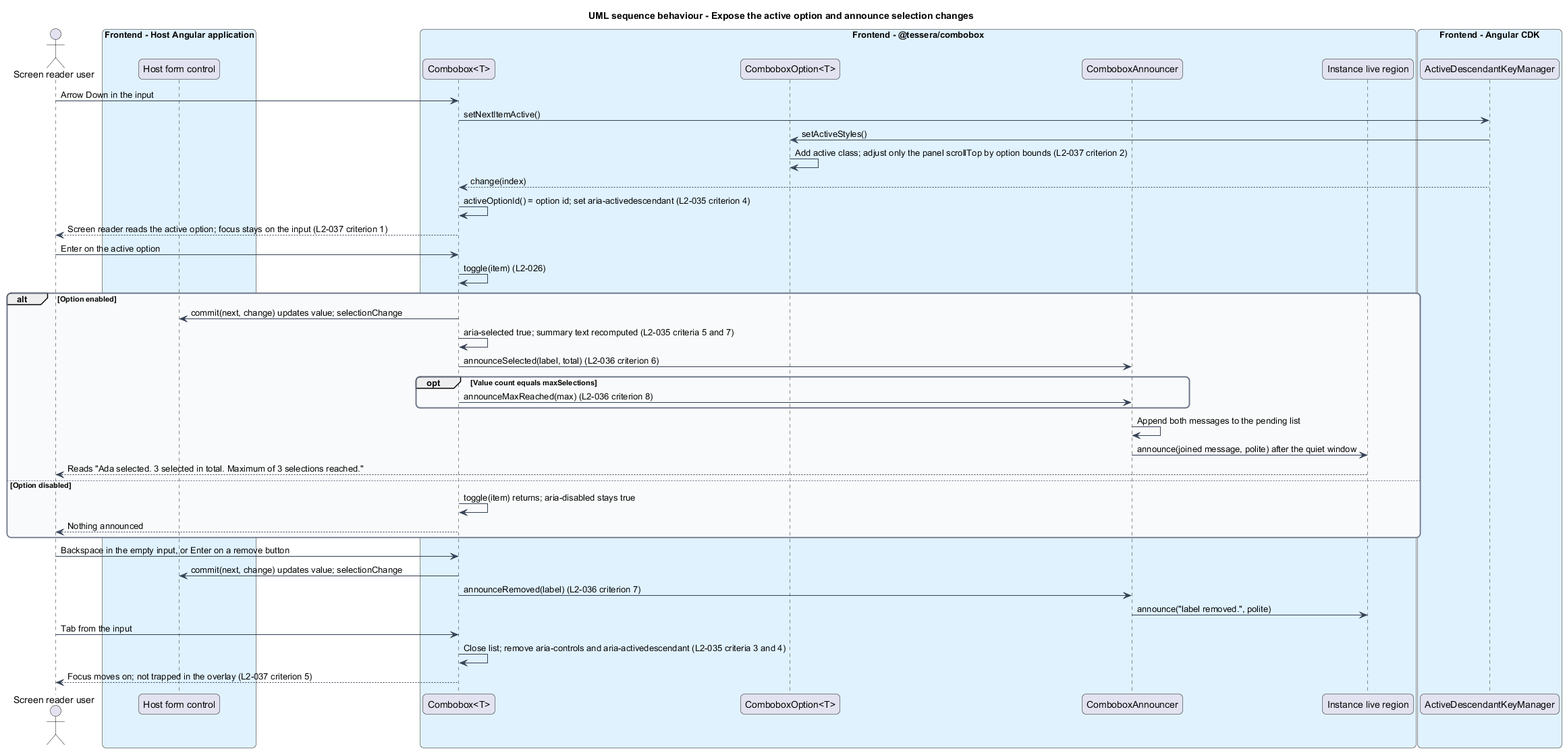
Earlier version of the PlantUML export docs/detailed-designs/combobox/expose-to-assistive-tech/diagrams/sequence-active-option-selection.png (QuinntyneBrown/Tessera). Source of this version:
```plantuml
@startuml
title UML sequence behaviour - Expose the active option and announce selection changes
skinparam backgroundColor #FFFFFF
skinparam shadowing false
skinparam roundcorner 12
skinparam defaultFontName Arial
skinparam ArrowColor #344054
skinparam rectangle {
  BorderColor #344054
  FontColor #101828
}
skinparam package {
  BorderColor #667085
  FontColor #101828
  BackgroundColor #F9FAFB
}
actor "Screen reader user" as user
box "Frontend - Host Angular application" #E0F2FE
  participant "Host form control" as host
end box
box "Frontend - @tessera/combobox" #E0F2FE
  participant "Combobox<T>" as combobox
  participant "ComboboxOption<T>" as option
  participant "ComboboxAnnouncer" as announcer
  participant "Instance live region" as live
end box
box "Frontend - Angular CDK" #E0F2FE
  participant "ActiveDescendantKeyManager" as manager
end box

user -> combobox : Arrow Down in the input
combobox -> manager : setNextItemActive()
manager -> option : setActiveStyles()
option -> option : Add active class; adjust only the panel scrollTop by option bounds (L2-037 criterion 2)
manager --> combobox : change(index)
combobox -> combobox : activeOptionId() = option id; set aria-activedescendant (L2-035 criterion 4)
combobox --> user : Screen reader reads the active option; focus stays on the input (L2-037 criterion 1)

user -> combobox : Enter on the active option
combobox -> combobox : toggle(item) (L2-026)
alt Option enabled
  combobox -> host : commit(next, change) updates value; selectionChange
  combobox -> combobox : aria-selected true; summary text recomputed (L2-035 criteria 5 and 7)
  combobox -> announcer : announceSelected(label, total) (L2-036 criterion 6)
  opt Value count equals maxSelections
    combobox -> announcer : announceMaxReached(max) (L2-036 criterion 8)
  end
  announcer -> announcer : Append both messages to the pending list
  announcer -> live : announce(joined message, polite) after the quiet window
  live --> user : Reads "Ada selected. 3 selected in total. Maximum of 3 selections reached."
else Option disabled
  combobox -> combobox : toggle(item) returns; aria-disabled stays true
  combobox --> user : Nothing announced
end

user -> combobox : Backspace in the empty input, or Enter on a remove button
combobox -> host : commit(next, change) updates value; selectionChange
combobox -> announcer : announceRemoved(label) (L2-036 criterion 7)
announcer -> live : announce("label removed.", polite)

user -> combobox : Tab from the input
combobox -> combobox : Close list; remove aria-controls and aria-activedescendant (L2-035 criteria 3 and 4)
combobox --> user : Focus moves on; not trapped in the overlay (L2-037 criterion 5)
@enduml
```
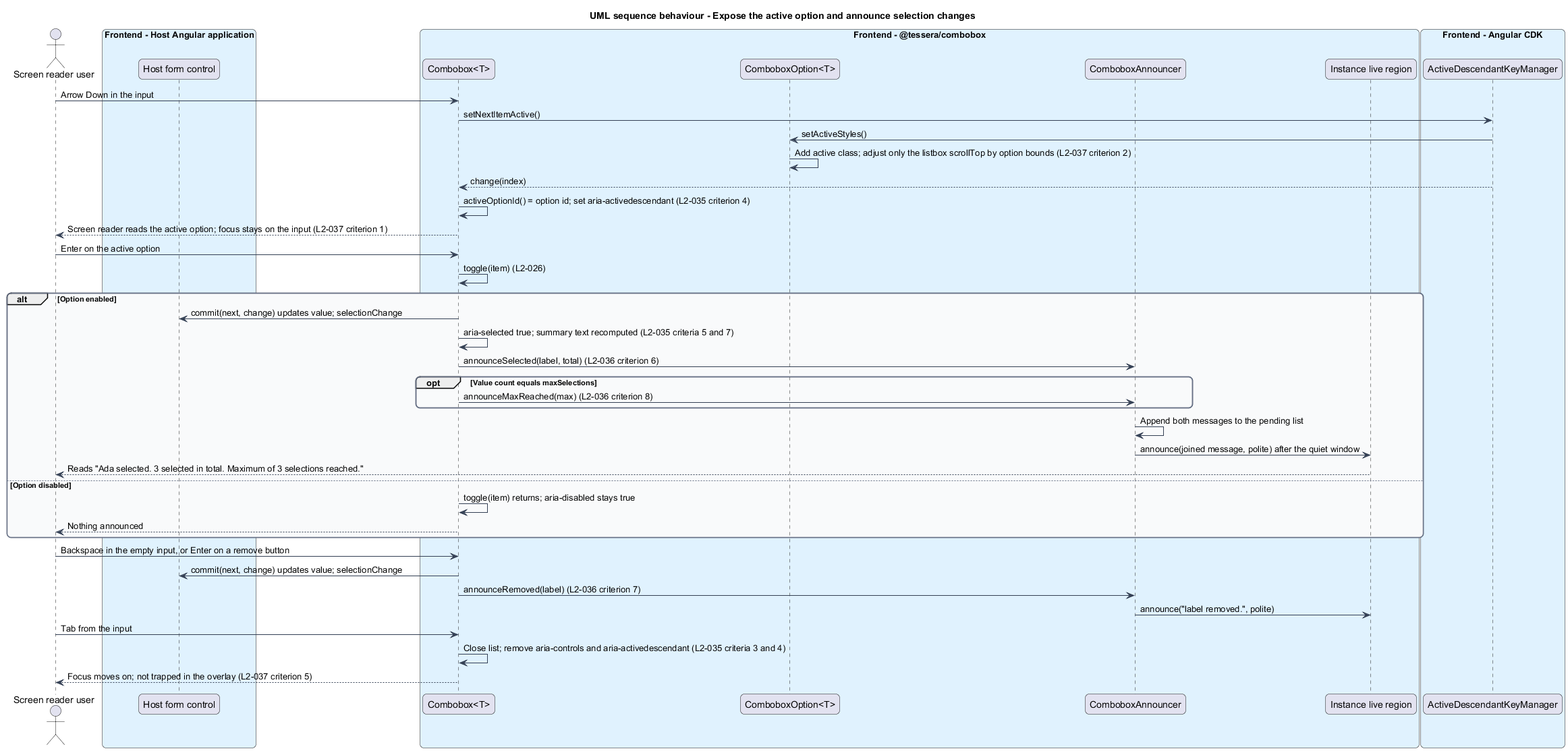
After the change.

What changed in the source:
```diff
@@ -31,7 +31,7 @@
 user -> combobox : Arrow Down in the input
 combobox -> manager : setNextItemActive()
 manager -> option : setActiveStyles()
-option -> option : Add active class; adjust only the panel scrollTop by option bounds (L2-037 criterion 2)
+option -> option : Add active class; adjust only the listbox scrollTop by option bounds (L2-037 criterion 2)
 manager --> combobox : change(index)
 combobox -> combobox : activeOptionId() = option id; set aria-activedescendant (L2-035 criterion 4)
 combobox --> user : Screen reader reads the active option; focus stays on the input (L2-037 criterion 1)
```
